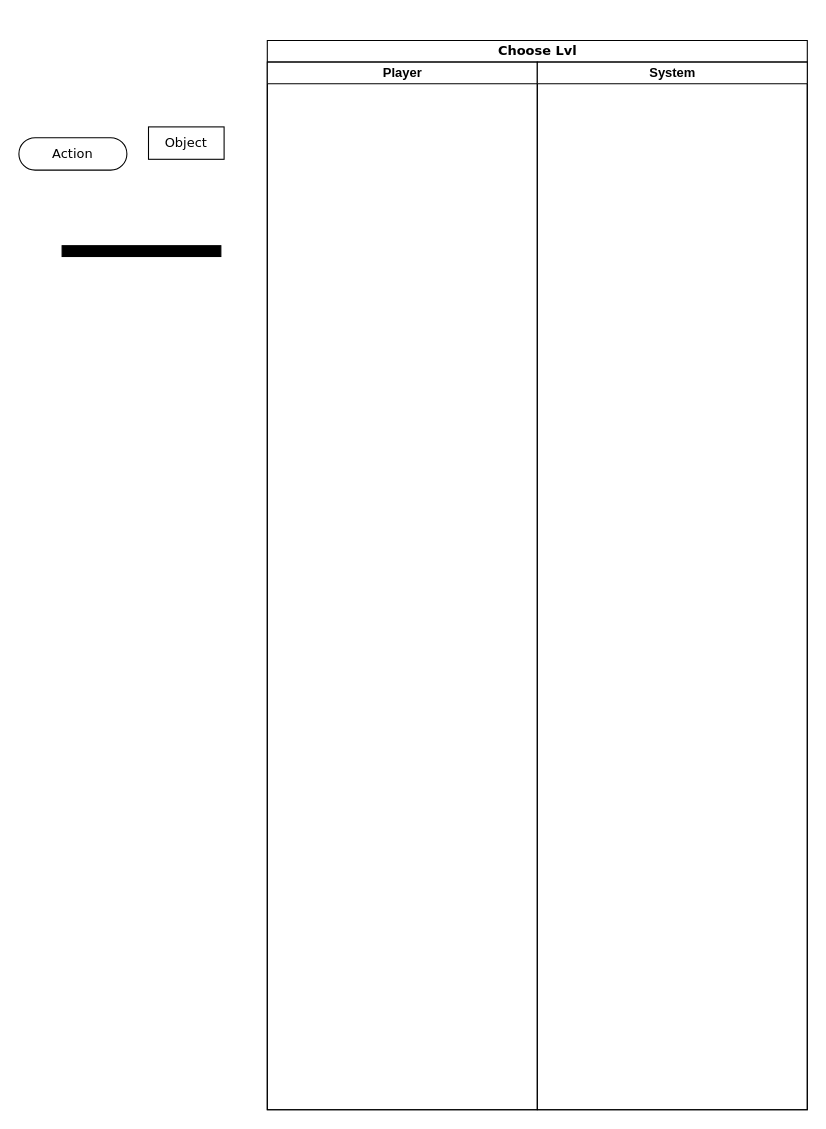
Above: Choose Lvl.drawio in johannfac/A-Lone-Burglar (draw.io), before the change. Source tidied: cells renumbered, new cells numbered last; positions are measured from the earlier drawing's top-left corner, leaving out a move shared by most shapes. Both pictures are drawn from the tidied source at 108%, with x=0, y=0 at pixel (18, 40).
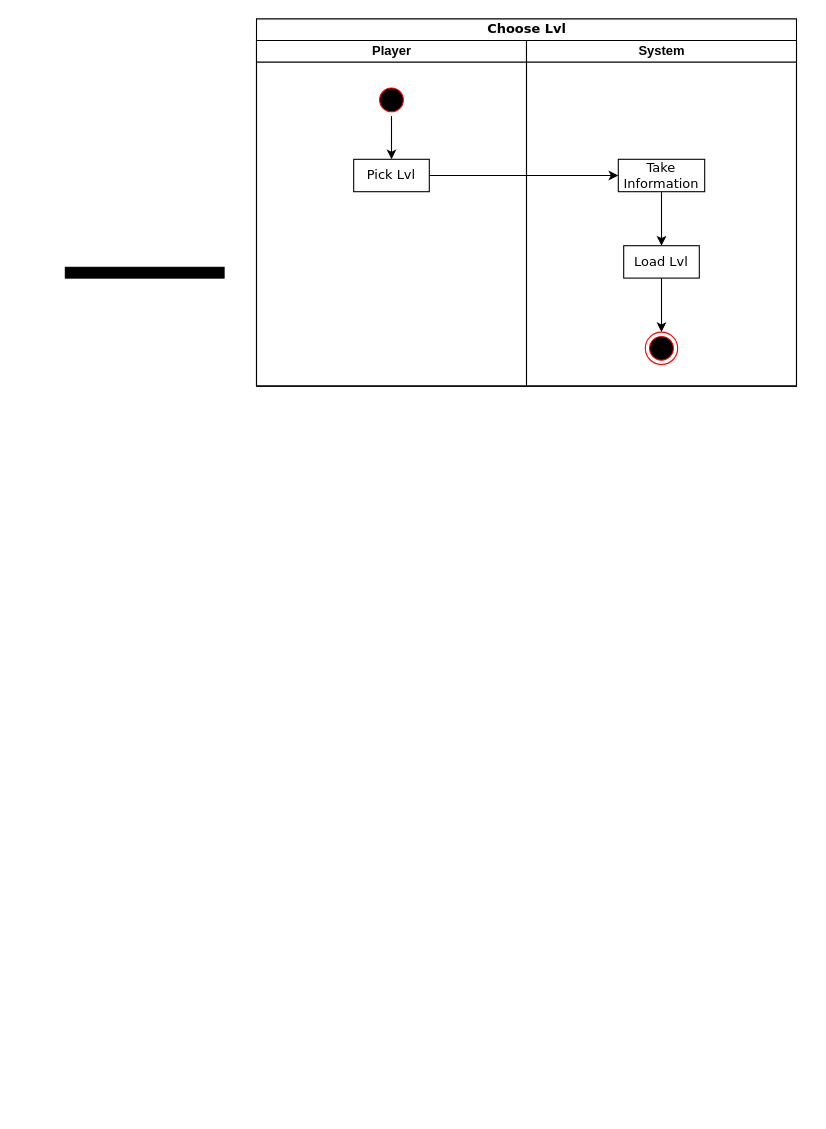
The same diagram, later.

What changed in the source:
```diff
@@
 <mxGraphModel>
   <root>
     <mxCell id="0" />
     <mxCell id="1" parent="0" />
     <mxCell id="2" value="Choose Lvl" style="swimlane;html=1;startSize=20;rounded=0;shadow=0;comic=0;labelBackgroundColor=none;strokeWidth=1;fontFamily=Verdana;fontSize=12;align=center;" parent="1" vertex="1">
-      <mxGeometry x="230" width="500" height="990" as="geometry" />
+      <mxGeometry x="220" y="-20" width="500" height="340" as="geometry" />
     </mxCell>
     <mxCell id="3" value="Player" style="swimlane;html=1;startSize=20;" parent="2" vertex="1">
-      <mxGeometry y="20" width="250" height="970" as="geometry" />
+      <mxGeometry y="20" width="250" height="320" as="geometry" />
     </mxCell>
+    <mxCell id="8" style="edgeStyle=orthogonalEdgeStyle;rounded=0;jettySize=auto;html=1;" parent="3" edge="1" source="9" target="7">
+      <mxGeometry relative="1" as="geometry" />
+    </mxCell>
+    <mxCell id="9" style="ellipse;html=1;shape=startState;fillColor=#000000;strokeColor=#ff0000;" parent="3" vertex="1">
+      <mxGeometry x="110" y="40" width="30" height="30" as="geometry" />
+    </mxCell>
+    <mxCell id="7" value="Pick Lvl" style="rounded=0;whiteSpace=wrap;html=1;shadow=0;comic=0;labelBackgroundColor=none;strokeWidth=1;fontFamily=Verdana;fontSize=12;align=center;arcSize=50;" parent="3" vertex="1">
+      <mxGeometry x="90" y="110" width="70" height="30" as="geometry" />
+    </mxCell>
     <mxCell id="4" value="System" style="swimlane;html=1;startSize=20;" parent="2" vertex="1">
-      <mxGeometry x="250" y="20" width="250" height="970" as="geometry" />
+      <mxGeometry x="250" y="20" width="250" height="320" as="geometry" />
     </mxCell>
+    <mxCell id="10" style="edgeStyle=orthogonalEdgeStyle;rounded=0;jettySize=auto;html=1;exitX=0.5;exitY=1;exitDx=0;exitDy=0;entryX=0.5;entryY=0;entryDx=0;entryDy=0;" parent="4" edge="1" source="11" target="13">
+      <mxGeometry relative="1" as="geometry" />
+    </mxCell>
+    <mxCell id="11" value="Take Information" style="rounded=0;whiteSpace=wrap;html=1;shadow=0;comic=0;labelBackgroundColor=none;strokeWidth=1;fontFamily=Verdana;fontSize=12;align=center;arcSize=50;" parent="4" vertex="1">
+      <mxGeometry x="85" y="110" width="80" height="30" as="geometry" />
+    </mxCell>
+    <mxCell id="12" style="edgeStyle=orthogonalEdgeStyle;rounded=0;jettySize=auto;html=1;exitX=0.5;exitY=1;exitDx=0;exitDy=0;entryX=0.5;entryY=0;entryDx=0;entryDy=0;" parent="4" edge="1" source="13" target="14">
+      <mxGeometry relative="1" as="geometry" />
+    </mxCell>
+    <mxCell id="13" value="Load Lvl" style="rounded=0;whiteSpace=wrap;html=1;shadow=0;comic=0;labelBackgroundColor=none;strokeWidth=1;fontFamily=Verdana;fontSize=12;align=center;arcSize=50;" parent="4" vertex="1">
+      <mxGeometry x="90" y="190" width="70" height="30" as="geometry" />
+    </mxCell>
+    <mxCell id="14" style="ellipse;html=1;shape=endState;fillColor=#000000;strokeColor=#ff0000;" parent="4" vertex="1">
+      <mxGeometry x="110" y="270" width="30" height="30" as="geometry" />
+    </mxCell>
+    <mxCell id="15" style="edgeStyle=orthogonalEdgeStyle;rounded=0;jettySize=auto;html=1;exitX=1;exitY=0.5;exitDx=0;exitDy=0;entryX=0;entryY=0.5;entryDx=0;entryDy=0;" parent="2" edge="1" source="7" target="11">
+      <mxGeometry relative="1" as="geometry" />
+    </mxCell>
     <mxCell id="5" style="whiteSpace=wrap;html=1;rounded=0;shadow=0;comic=0;labelBackgroundColor=none;strokeWidth=1;fillColor=#000000;fontFamily=Verdana;fontSize=12;align=center;rotation=0;" parent="1" vertex="1">
-      <mxGeometry x="40" y="190" width="147" height="10" as="geometry" />
+      <mxGeometry x="43" y="210" width="147" height="10" as="geometry" />
     </mxCell>
-    <mxCell id="6" value="Action" style="rounded=1;whiteSpace=wrap;html=1;shadow=0;comic=0;labelBackgroundColor=none;strokeWidth=1;fontFamily=Verdana;fontSize=12;align=center;arcSize=50;" parent="1" vertex="1">
-      <mxGeometry y="90" width="100" height="30" as="geometry" />
-    </mxCell>
-    <mxCell id="7" value="Object" style="rounded=0;whiteSpace=wrap;html=1;shadow=0;comic=0;labelBackgroundColor=none;strokeWidth=1;fontFamily=Verdana;fontSize=12;align=center;arcSize=50;" parent="1" vertex="1">
-      <mxGeometry x="120" y="80" width="70" height="30" as="geometry" />
-    </mxCell>
   </root>
 </mxGraphModel>
```
